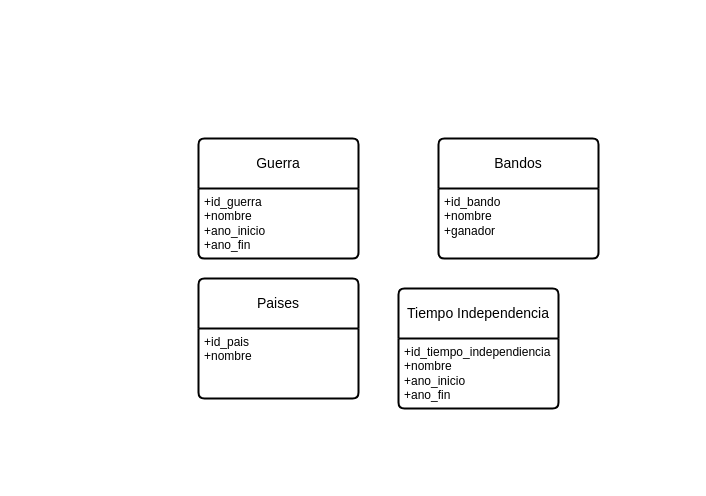
Before: ejercicio4.drawio in AsierGArranz/aga-sru-sa-t-UD12DiagramaER-11102023, a draw.io diagram. Source tidied: cells renumbered, new cells numbered last; positions are measured from the earlier drawing's top-left corner, leaving out a move shared by most shapes. Both pictures are drawn from the tidied source at 100%, with x=0, y=0 at pixel (198, 138).
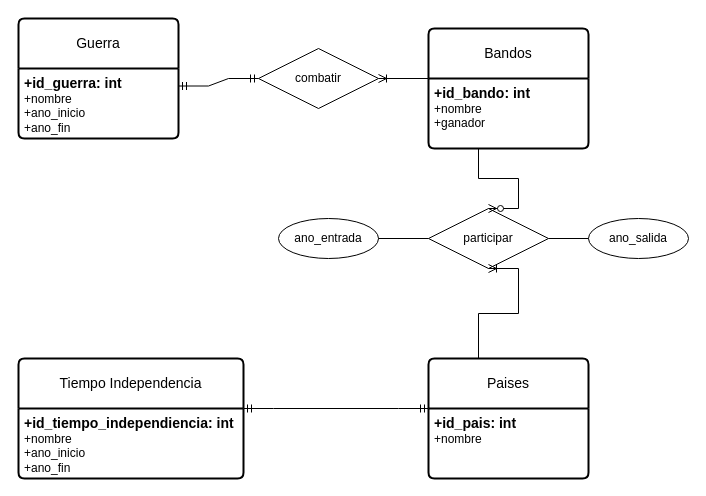
After the change.

The edit, as a diff of the source:
```diff
@@
     <mxCell id="2" value="Guerra" style="swimlane;horizontal=1;startSize=50;rounded=1;fontSize=14;fontStyle=0;strokeWidth=2;shadow=0;dashed=0;align=center;arcSize=4;whiteSpace=wrap;html=1;" parent="1" vertex="1">
-      <mxGeometry width="160" height="120" as="geometry" />
+      <mxGeometry x="-180" y="-120" width="160" height="120" as="geometry" />
     </mxCell>
-    <mxCell id="3" value="+id_guerra&lt;br&gt;+nombre&lt;br&gt;+ano_inicio&lt;br&gt;+ano_fin" style="align=left;strokeColor=none;fillColor=none;spacingLeft=4;fontSize=12;verticalAlign=top;html=1;" parent="2" vertex="1">
+    <mxCell id="3" value="&lt;font style=&quot;font-size: 14px;&quot;&gt;&lt;b&gt;+id_guerra: int&lt;/b&gt;&lt;/font&gt;&lt;br&gt;+nombre&lt;br&gt;+ano_inicio&lt;br&gt;+ano_fin" style="align=left;strokeColor=none;fillColor=none;spacingLeft=4;fontSize=12;verticalAlign=top;html=1;" parent="2" vertex="1">
       <mxGeometry y="50" width="160" height="70" as="geometry" />
     </mxCell>
     <mxCell id="4" value="Bandos" style="swimlane;horizontal=1;startSize=50;rounded=1;fontSize=14;fontStyle=0;strokeWidth=2;shadow=0;dashed=0;align=center;arcSize=4;whiteSpace=wrap;html=1;" parent="1" vertex="1">
-      <mxGeometry x="240" width="160" height="120" as="geometry" />
+      <mxGeometry x="230" y="-110" width="160" height="120" as="geometry" />
     </mxCell>
-    <mxCell id="5" value="+id_bando&lt;br&gt;+nombre&lt;br&gt;+ganador" style="align=left;strokeColor=none;fillColor=none;spacingLeft=4;fontSize=12;verticalAlign=top;html=1;" parent="4" vertex="1">
+    <mxCell id="5" value="&lt;font style=&quot;font-size: 14px;&quot;&gt;&lt;b&gt;+id_bando: int&lt;br&gt;&lt;/b&gt;&lt;/font&gt;+nombre&lt;br&gt;+ganador" style="align=left;strokeColor=none;fillColor=none;spacingLeft=4;fontSize=12;verticalAlign=top;html=1;" parent="4" vertex="1">
       <mxGeometry y="50" width="160" height="70" as="geometry" />
     </mxCell>
     <mxCell id="6" value="Paises" style="swimlane;horizontal=1;startSize=50;rounded=1;fontSize=14;fontStyle=0;strokeWidth=2;shadow=0;dashed=0;align=center;arcSize=4;whiteSpace=wrap;html=1;" parent="1" vertex="1">
-      <mxGeometry y="140" width="160" height="120" as="geometry" />
+      <mxGeometry x="230" y="220" width="160" height="120" as="geometry" />
     </mxCell>
-    <mxCell id="7" value="+id_pais&lt;br&gt;+nombre" style="align=left;strokeColor=none;fillColor=none;spacingLeft=4;fontSize=12;verticalAlign=top;html=1;" parent="6" vertex="1">
+    <mxCell id="7" value="&lt;font style=&quot;font-size: 14px;&quot;&gt;&lt;b&gt;+id_pais: int&lt;/b&gt;&lt;/font&gt;&lt;br&gt;+nombre" style="align=left;strokeColor=none;fillColor=none;spacingLeft=4;fontSize=12;verticalAlign=top;html=1;" parent="6" vertex="1">
       <mxGeometry y="50" width="160" height="70" as="geometry" />
     </mxCell>
     <mxCell id="8" value="Tiempo Independencia" style="swimlane;horizontal=1;startSize=50;rounded=1;fontSize=14;fontStyle=0;strokeWidth=2;shadow=0;dashed=0;align=center;arcSize=4;whiteSpace=wrap;html=1;" parent="1" vertex="1">
-      <mxGeometry x="200" y="150" width="160" height="120" as="geometry" />
+      <mxGeometry x="-180" y="220" width="225" height="120" as="geometry" />
     </mxCell>
-    <mxCell id="9" value="+id_tiempo_independiencia&lt;br&gt;+nombre&lt;br&gt;+ano_inicio&lt;br&gt;+ano_fin" style="align=left;strokeColor=none;fillColor=none;spacingLeft=4;fontSize=12;verticalAlign=top;html=1;" parent="8" vertex="1">
-      <mxGeometry y="50" width="160" height="70" as="geometry" />
+    <mxCell id="9" value="&lt;font style=&quot;font-size: 14px;&quot;&gt;&lt;b&gt;+id_tiempo_independiencia: int&lt;/b&gt;&lt;/font&gt;&lt;br&gt;+nombre&lt;br&gt;+ano_inicio&lt;br&gt;+ano_fin" style="align=left;strokeColor=none;fillColor=none;spacingLeft=4;fontSize=12;verticalAlign=top;html=1;" parent="8" vertex="1">
+      <mxGeometry y="50" width="225" height="70" as="geometry" />
     </mxCell>
+    <mxCell id="10" value="participar" style="shape=rhombus;perimeter=rhombusPerimeter;whiteSpace=wrap;html=1;align=center;" parent="1" vertex="1">
+      <mxGeometry x="230" y="70" width="120" height="60" as="geometry" />
+    </mxCell>
+    <mxCell id="11" value="combatir" style="shape=rhombus;perimeter=rhombusPerimeter;whiteSpace=wrap;html=1;align=center;direction=west;" parent="1" vertex="1">
+      <mxGeometry x="60" y="-90" width="120" height="60" as="geometry" />
+    </mxCell>
+    <mxCell id="12" style="edgeStyle=entityRelationEdgeStyle;fontSize=12;html=1;endArrow=ERmandOne;startArrow=ERmandOne;rounded=0;entryX=1;entryY=0;entryDx=0;entryDy=0;exitX=0;exitY=0;exitDx=0;exitDy=0;" parent="1" edge="1" source="7" target="9">
+      <mxGeometry relative="1" as="geometry" />
+    </mxCell>
+    <mxCell id="13" style="edgeStyle=entityRelationEdgeStyle;fontSize=12;html=1;endArrow=ERoneToMany;rounded=0;exitX=0.5;exitY=0;exitDx=0;exitDy=0;entryX=0.5;entryY=1;entryDx=0;entryDy=0;" parent="1" edge="1" source="6" target="10">
+      <mxGeometry relative="1" as="geometry" />
+    </mxCell>
+    <mxCell id="14" style="edgeStyle=entityRelationEdgeStyle;fontSize=12;html=1;endArrow=ERzeroToMany;endFill=1;rounded=0;exitX=0.5;exitY=1;exitDx=0;exitDy=0;entryX=0.5;entryY=0;entryDx=0;entryDy=0;" parent="1" edge="1" source="5" target="10">
+      <mxGeometry relative="1" as="geometry" />
+    </mxCell>
+    <mxCell id="15" style="edgeStyle=entityRelationEdgeStyle;fontSize=12;html=1;endArrow=ERoneToMany;rounded=0;exitX=0;exitY=0;exitDx=0;exitDy=0;entryX=0;entryY=0.5;entryDx=0;entryDy=0;" parent="1" edge="1" source="5" target="11">
+      <mxGeometry relative="1" as="geometry" />
+    </mxCell>
+    <mxCell id="16" style="edgeStyle=entityRelationEdgeStyle;fontSize=12;html=1;endArrow=ERmandOne;startArrow=ERmandOne;rounded=0;entryX=1;entryY=0.25;entryDx=0;entryDy=0;exitX=1;exitY=0.5;exitDx=0;exitDy=0;" parent="1" edge="1" source="11" target="3">
+      <mxGeometry relative="1" as="geometry" />
+    </mxCell>
+    <mxCell id="17" value="ano_entrada" style="ellipse;whiteSpace=wrap;html=1;align=center;" parent="1" vertex="1">
+      <mxGeometry x="80" y="80" width="100" height="40" as="geometry" />
+    </mxCell>
+    <mxCell id="18" value="ano_salida" style="ellipse;whiteSpace=wrap;html=1;align=center;" parent="1" vertex="1">
+      <mxGeometry x="390" y="80" width="100" height="40" as="geometry" />
+    </mxCell>
+    <mxCell id="19" style="endArrow=none;html=1;rounded=0;exitX=1;exitY=0.5;exitDx=0;exitDy=0;entryX=0;entryY=0.5;entryDx=0;entryDy=0;" parent="1" edge="1" source="17" target="10">
+      <mxGeometry relative="1" as="geometry" />
+    </mxCell>
+    <mxCell id="20" style="endArrow=none;html=1;rounded=0;exitX=1;exitY=0.5;exitDx=0;exitDy=0;entryX=0;entryY=0.5;entryDx=0;entryDy=0;" parent="1" edge="1" source="10" target="18">
+      <mxGeometry relative="1" as="geometry" />
+    </mxCell>
```
